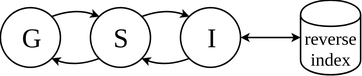
Above: docs/graphics/pipeline-retrieval.svg in mpgirro/dipl (draw.io), before the change. Source tidied: cells renumbered, new cells last; positions are measured from the earlier drawing's top-left corner, leaving out a move shared by most shapes. Source of this version:
```xml
<mxGraphModel background="#ffffff">
  <root>
    <mxCell id="0" />
    <mxCell id="1" parent="0" />
    <mxCell id="2" value="G" style="ellipse;whiteSpace=wrap;html=1;fontFamily=CMU Serif;fontSize=18;" parent="1" vertex="1">
      <mxGeometry y="5" width="40" height="40" as="geometry" />
    </mxCell>
    <mxCell id="3" value="S" style="ellipse;whiteSpace=wrap;html=1;fontFamily=CMU Serif;fontSize=18;" parent="1" vertex="1">
      <mxGeometry x="60" y="5" width="40" height="40" as="geometry" />
    </mxCell>
    <mxCell id="4" value="I" style="ellipse;whiteSpace=wrap;html=1;fontFamily=CMU Serif;fontSize=18;" parent="1" vertex="1">
      <mxGeometry x="120" y="5" width="40" height="40" as="geometry" />
    </mxCell>
    <mxCell id="5" value="reverse&lt;br&gt;index&lt;br&gt;" style="shape=cylinder;whiteSpace=wrap;html=1;boundedLbl=1;backgroundOutline=1;fontFamily=CMU Serif;fontSize=12;" parent="1" vertex="1">
      <mxGeometry x="200" width="40" height="50" as="geometry" />
    </mxCell>
    <mxCell id="6" style="endArrow=classic;html=1;fontFamily=CMU Serif;fontSize=18;entryX=0;entryY=0;exitX=1;exitY=0;curved=1;endSize=3;" parent="1" edge="1" source="2" target="3">
      <mxGeometry relative="1" as="geometry">
        <Array as="points">
          <mxPoint x="50" y="5" />
        </Array>
      </mxGeometry>
    </mxCell>
    <mxCell id="7" style="endArrow=classic;html=1;fontFamily=CMU Serif;fontSize=18;entryX=1;entryY=1;exitX=0;exitY=1;curved=1;endSize=3;" parent="1" edge="1" source="3" target="2">
      <mxGeometry relative="1" as="geometry">
        <Array as="points">
          <mxPoint x="50" y="45" />
        </Array>
      </mxGeometry>
    </mxCell>
    <mxCell id="8" style="endArrow=classic;html=1;fontFamily=CMU Serif;fontSize=18;entryX=0;entryY=0;exitX=1;exitY=0;curved=1;endSize=3;" parent="1" edge="1" source="3" target="4">
      <mxGeometry relative="1" as="geometry">
        <Array as="points">
          <mxPoint x="110" y="5" />
        </Array>
      </mxGeometry>
    </mxCell>
    <mxCell id="9" style="endArrow=classic;html=1;fontFamily=CMU Serif;fontSize=18;exitX=0;exitY=1;entryX=1;entryY=1;curved=1;endSize=3;" parent="1" edge="1" source="4" target="3">
      <mxGeometry relative="1" as="geometry">
        <Array as="points">
          <mxPoint x="110" y="45" />
        </Array>
      </mxGeometry>
    </mxCell>
    <mxCell id="10" style="endArrow=classic;startArrow=classic;html=1;fontFamily=CMU Serif;fontSize=18;entryX=0;entryY=0.5;exitX=1;exitY=0.5;endSize=3;startSize=3;" parent="1" edge="1" source="4" target="5">
      <mxGeometry relative="1" as="geometry" />
    </mxCell>
  </root>
</mxGraphModel>
```
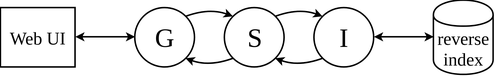
Above is the later version.

Change to the diagram source:
```diff
@@ -45,5 +45,11 @@
     <mxCell id="10" style="endArrow=classic;startArrow=classic;html=1;fontFamily=CMU Serif;fontSize=18;entryX=0;entryY=0.5;exitX=1;exitY=0.5;endSize=3;startSize=3;" parent="1" edge="1" source="4" target="5">
       <mxGeometry relative="1" as="geometry" />
     </mxCell>
+    <mxCell id="11" value="Web UI" style="rounded=0;whiteSpace=wrap;html=1;fontFamily=CMU Serif;" parent="1" vertex="1">
+      <mxGeometry x="-90" y="5" width="50" height="40" as="geometry" />
+    </mxCell>
+    <mxCell id="12" style="endArrow=classic;startArrow=classic;html=1;entryX=0;entryY=0.5;exitX=1;exitY=0.5;endSize=3;startSize=3;" parent="1" edge="1" source="11" target="2">
+      <mxGeometry relative="1" as="geometry" />
+    </mxCell>
   </root>
 </mxGraphModel>
```
